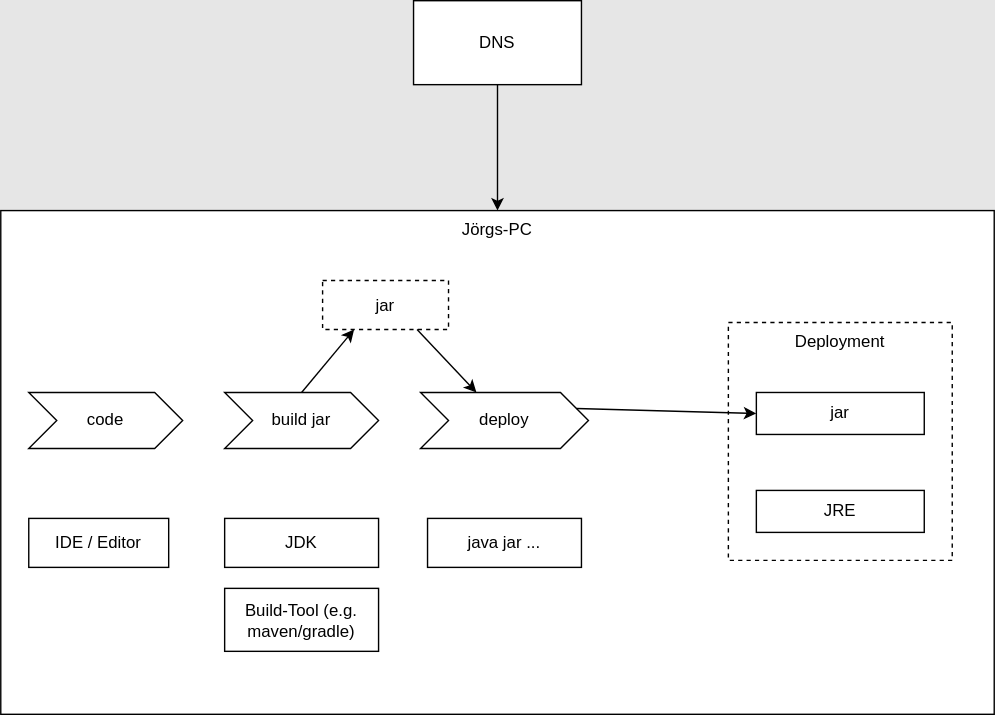
Before: documentation/local-jar.drawio.svg, a diagram exported from draw.io (procceed-it/road-to-cloud-native). Source tidied: cells renumbered, new cells last; positions are measured from the earlier drawing's top-left corner, leaving out a move shared by most shapes.
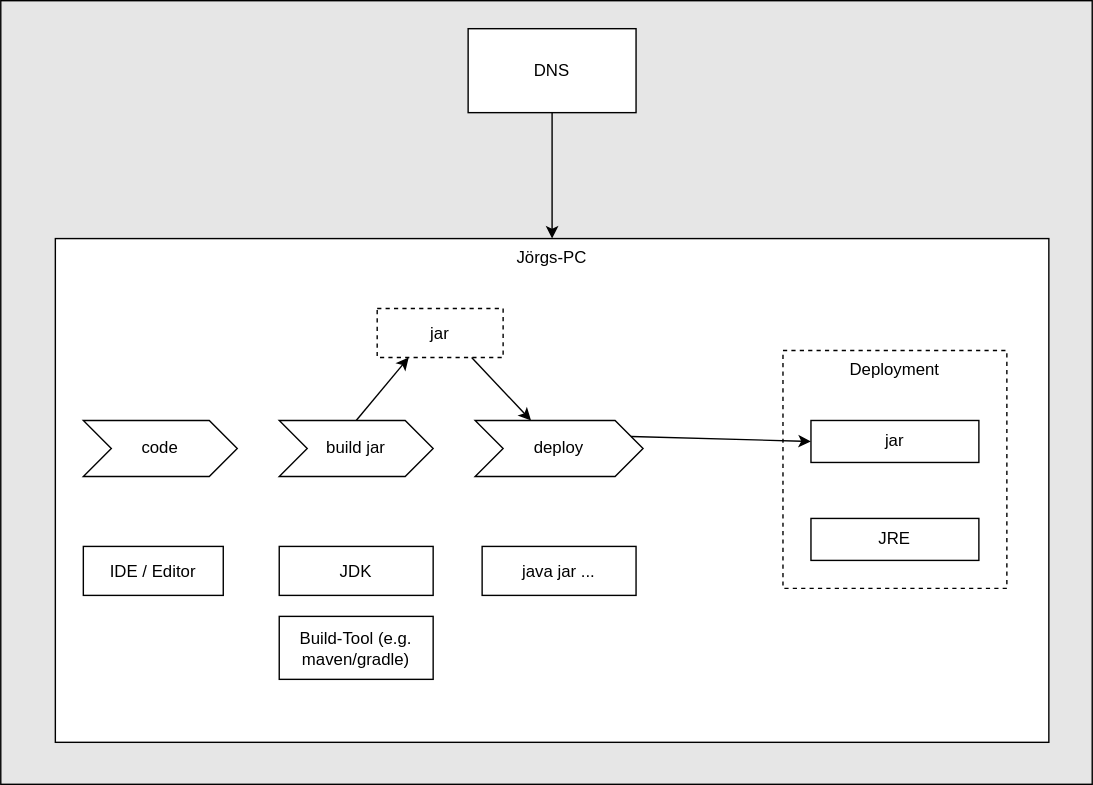
The same diagram one commit later.

Commit message:
test diagramm hintergrund

The edit, as a diff of the source:
```diff
@@ -2,6 +2,9 @@
   <root>
     <mxCell id="0" />
     <mxCell id="1" parent="0" />
+    <mxCell id="19" style="rounded=0;whiteSpace=wrap;html=1;fillColor=#E6E6E6;strokeColor=#000000;" parent="1" vertex="1">
+      <mxGeometry x="-39" y="-20" width="780" height="560" as="geometry" />
+    </mxCell>
     <mxCell id="2" value="Jörgs-PC" style="rounded=0;whiteSpace=wrap;html=1;verticalAlign=top;" parent="1" vertex="1">
       <mxGeometry y="150" width="710" height="360" as="geometry" />
     </mxCell>
```
